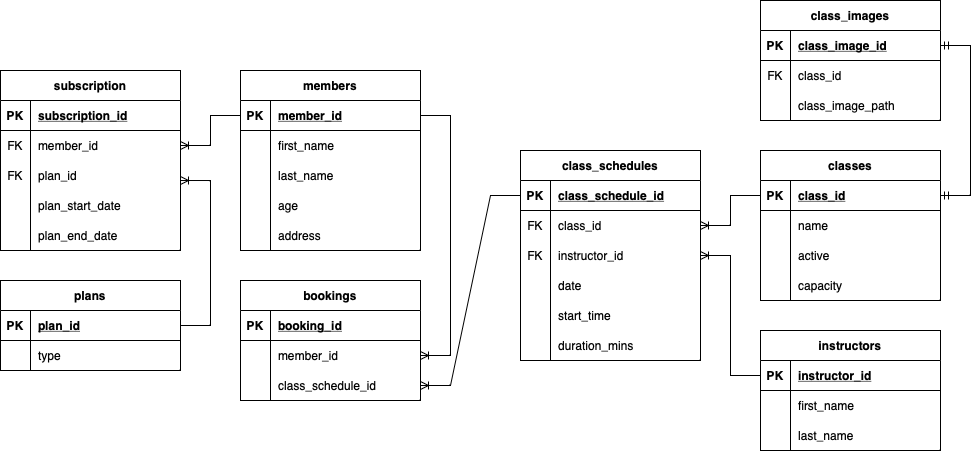
Earlier version of the draw.io export planning/Entity Relationships.drawio.png (jomonty/python_project_gym_app). Source tidied: cells renumbered, new cells last; positions are measured from the earlier drawing's top-left corner, leaving out a move shared by most shapes.
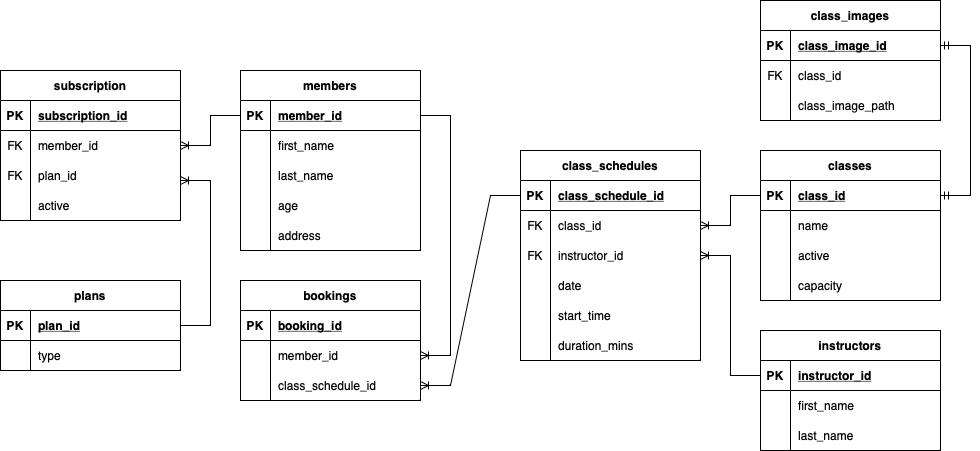
The same file after the commit.

The edit, as a diff of the source:
```diff
@@ -72,7 +72,7 @@
       <mxGeometry x="30" width="150" height="30" as="geometry" />
     </mxCell>
     <mxCell id="25" value="subscription" style="shape=table;startSize=30;rowLines=0;fontStyle=1;align=center;" parent="1" vertex="1">
-      <mxGeometry y="70" width="180" height="180" as="geometry" />
+      <mxGeometry y="70" width="180" height="150" as="geometry" />
     </mxCell>
     <mxCell id="26" style="shape=tableRow;horizontal=0;startSize=0;swimlaneHead=0;swimlaneBody=0;fillColor=none;top=0;left=0;right=0;bottom=1;" parent="25" vertex="1">
       <mxGeometry y="30" width="180" height="30" as="geometry" />
@@ -107,18 +107,9 @@
     <mxCell id="36" style="shape=partialRectangle;fillColor=none;top=0;left=0;bottom=0;right=0;overflow=hidden;" parent="35" vertex="1">
       <mxGeometry width="30" height="30" as="geometry" />
     </mxCell>
-    <mxCell id="37" value="plan_start_date" style="shape=partialRectangle;fillColor=none;top=0;left=0;bottom=0;right=0;align=left;spacingLeft=6;overflow=hidden;" parent="35" vertex="1">
+    <mxCell id="37" value="active" style="shape=partialRectangle;fillColor=none;top=0;left=0;bottom=0;right=0;align=left;spacingLeft=6;overflow=hidden;" parent="35" vertex="1">
       <mxGeometry x="30" width="150" height="30" as="geometry" />
     </mxCell>
-    <mxCell id="38" style="shape=tableRow;horizontal=0;startSize=0;swimlaneHead=0;swimlaneBody=0;fillColor=none;top=0;left=0;right=0;bottom=0;" parent="25" vertex="1">
-      <mxGeometry y="150" width="180" height="30" as="geometry" />
-    </mxCell>
-    <mxCell id="39" style="shape=partialRectangle;fillColor=none;top=0;left=0;bottom=0;right=0;overflow=hidden;" parent="38" vertex="1">
-      <mxGeometry width="30" height="30" as="geometry" />
-    </mxCell>
-    <mxCell id="40" value="plan_end_date" style="shape=partialRectangle;fillColor=none;top=0;left=0;bottom=0;right=0;align=left;spacingLeft=6;overflow=hidden;" parent="38" vertex="1">
-      <mxGeometry x="30" width="150" height="30" as="geometry" />
-    </mxCell>
     <mxCell id="41" value="instructors" style="shape=table;startSize=30;rowLines=0;fontStyle=1;align=center;" parent="1" vertex="1">
       <mxGeometry x="760" y="330" width="180" height="120" as="geometry" />
     </mxCell>
```
